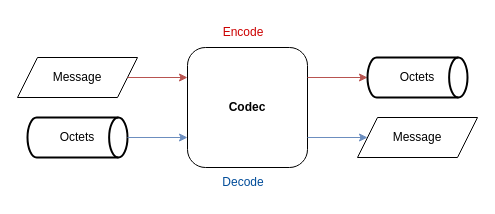
Above: codec.drawio in Tom32i/talk-websocket-binary (draw.io), before the change. Source tidied: cells renumbered, new cells numbered last; positions are measured from the earlier drawing's top-left corner, leaving out a move shared by most shapes. Both pictures are drawn from the tidied source at 100%, with x=0, y=0 at pixel (17, 17).
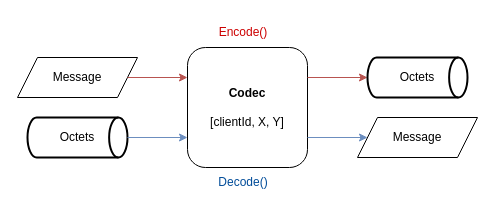
After the change.

The edit, as a diff of the source:
```diff
@@
 <mxGraphModel>
   <root>
     <mxCell id="0" />
     <mxCell id="1" parent="0" />
-    <mxCell id="2" value="&lt;b&gt;Codec&lt;/b&gt;" style="rounded=1;whiteSpace=wrap;html=1;" parent="1" vertex="1">
+    <mxCell id="2" value="&lt;b&gt;Codec&lt;/b&gt;&lt;br&gt;&lt;br&gt;[clientId, X, Y]" style="rounded=1;whiteSpace=wrap;html=1;" parent="1" vertex="1">
       <mxGeometry x="170" y="30" width="120" height="120" as="geometry" />
     </mxCell>
     <mxCell id="3" value="Message" style="shape=parallelogram;perimeter=parallelogramPerimeter;whiteSpace=wrap;html=1;fixedSize=1;" parent="1" vertex="1">
       <mxGeometry y="40" width="120" height="40" as="geometry" />
     </mxCell>
     <mxCell id="4" style="endArrow=classic;html=1;rounded=0;exitX=1;exitY=0.5;exitDx=0;exitDy=0;entryX=0;entryY=0.25;entryDx=0;entryDy=0;fillColor=#f8cecc;strokeColor=#b85450;" parent="1" edge="1" source="3" target="2">
       <mxGeometry relative="1" as="geometry" />
     </mxCell>
     <mxCell id="5" style="endArrow=classic;html=1;rounded=0;exitX=1;exitY=0.25;exitDx=0;exitDy=0;entryX=0;entryY=0.5;entryDx=0;entryDy=0;entryPerimeter=0;fillColor=#f8cecc;strokeColor=#b85450;" parent="1" edge="1" source="2" target="6">
       <mxGeometry relative="1" as="geometry" />
     </mxCell>
     <mxCell id="6" value="Octets" style="strokeWidth=2;html=1;shape=mxgraph.flowchart.direct_data;whiteSpace=wrap;" parent="1" vertex="1">
       <mxGeometry x="350" y="40" width="100" height="40" as="geometry" />
     </mxCell>
     <mxCell id="7" value="Octets" style="strokeWidth=2;html=1;shape=mxgraph.flowchart.direct_data;whiteSpace=wrap;" parent="1" vertex="1">
       <mxGeometry x="10" y="100" width="100" height="40" as="geometry" />
     </mxCell>
     <mxCell id="8" style="endArrow=classic;html=1;rounded=0;fillColor=#dae8fc;strokeColor=#6c8ebf;entryX=0;entryY=0.75;entryDx=0;entryDy=0;exitX=1;exitY=0.5;exitDx=0;exitDy=0;exitPerimeter=0;" parent="1" edge="1" source="7" target="2">
       <mxGeometry relative="1" as="geometry" />
     </mxCell>
     <mxCell id="9" value="Message" style="shape=parallelogram;perimeter=parallelogramPerimeter;whiteSpace=wrap;html=1;fixedSize=1;" parent="1" vertex="1">
       <mxGeometry x="340" y="100" width="120" height="40" as="geometry" />
     </mxCell>
     <mxCell id="10" style="endArrow=classic;html=1;rounded=0;exitX=1;exitY=0.75;exitDx=0;exitDy=0;entryX=0;entryY=0.5;entryDx=0;entryDy=0;fillColor=#dae8fc;strokeColor=#6c8ebf;" parent="1" edge="1" source="2" target="9">
       <mxGeometry relative="1" as="geometry" />
     </mxCell>
-    <mxCell id="11" value="Encode" style="text;html=1;strokeColor=none;fillColor=none;align=center;verticalAlign=middle;whiteSpace=wrap;rounded=0;fontColor=#CC0000;" parent="1" vertex="1">
+    <mxCell id="11" value="Encode()" style="text;html=1;strokeColor=none;fillColor=none;align=center;verticalAlign=middle;whiteSpace=wrap;rounded=0;fontColor=#CC0000;" parent="1" vertex="1">
       <mxGeometry x="196" width="60" height="30" as="geometry" />
     </mxCell>
-    <mxCell id="12" value="&lt;font style=&quot;&quot; color=&quot;#004c99&quot;&gt;Decode&lt;/font&gt;" style="text;html=1;strokeColor=none;fillColor=none;align=center;verticalAlign=middle;whiteSpace=wrap;rounded=0;fontColor=#CC0000;" parent="1" vertex="1">
+    <mxCell id="12" value="&lt;font style=&quot;&quot; color=&quot;#004c99&quot;&gt;Decode()&lt;/font&gt;" style="text;html=1;strokeColor=none;fillColor=none;align=center;verticalAlign=middle;whiteSpace=wrap;rounded=0;fontColor=#CC0000;" parent="1" vertex="1">
       <mxGeometry x="196" y="150" width="60" height="30" as="geometry" />
     </mxCell>
   </root>
 </mxGraphModel>
```
